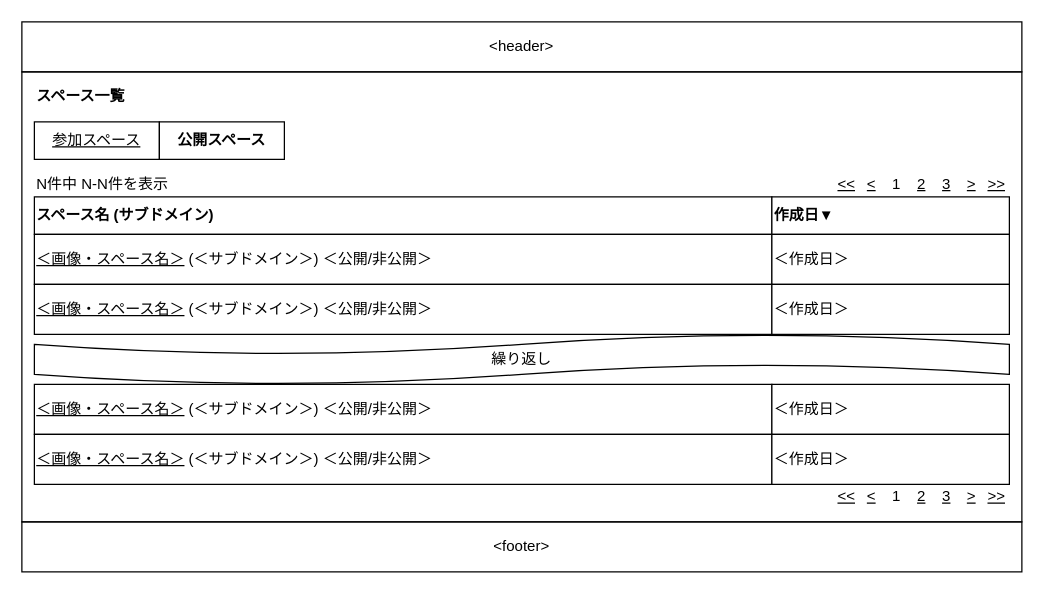
Before: 設計/画面設計/公開スペース一覧.drawio in nightonlypj/rails-app-origin, a draw.io diagram. Source tidied: cells renumbered, new cells numbered last; positions are measured from the earlier drawing's top-left corner, leaving out a move shared by most shapes. Both pictures are drawn from the tidied source at 125%, with x=0, y=0 at pixel (21, 21).
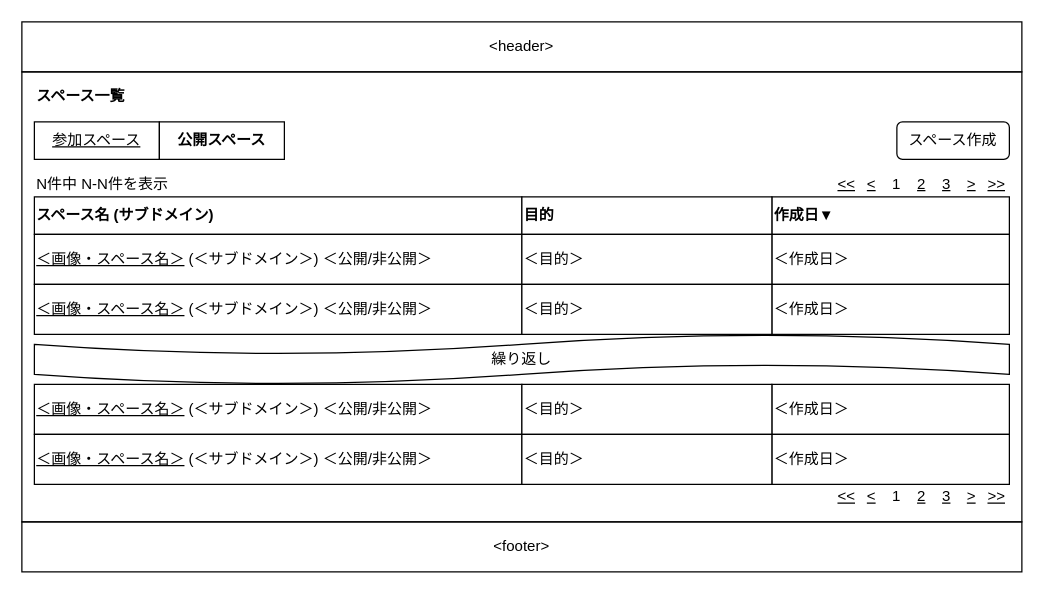
After the change.

What changed in the source:
```diff
@@
     <mxCell id="24" value="&lt;b&gt;スペース名 (サブドメイン)&lt;/b&gt;" style="rounded=0;whiteSpace=wrap;html=1;align=left;" parent="1" vertex="1">
-      <mxGeometry x="10" y="140" width="590" height="30" as="geometry" />
+      <mxGeometry x="10" y="140" width="390" height="30" as="geometry" />
     </mxCell>
     <mxCell id="25" value="&lt;u&gt;＜画像・スペース名＞&lt;/u&gt; (＜サブドメイン＞)&amp;nbsp;＜公開/非公開＞" style="rounded=0;whiteSpace=wrap;html=1;align=left;" parent="1" vertex="1">
-      <mxGeometry x="10" y="170" width="590" height="40" as="geometry" />
+      <mxGeometry x="10" y="170" width="390" height="40" as="geometry" />
     </mxCell>
@@
     <mxCell id="28" value="&lt;u&gt;＜画像・スペース名＞&lt;/u&gt;&amp;nbsp;(＜サブドメイン＞)&amp;nbsp;＜公開/非公開＞" style="rounded=0;whiteSpace=wrap;html=1;align=left;" parent="1" vertex="1">
-      <mxGeometry x="10" y="210" width="590" height="40" as="geometry" />
+      <mxGeometry x="10" y="210" width="390" height="40" as="geometry" />
     </mxCell>
@@
     <mxCell id="30" value="&lt;u&gt;＜画像・スペース名＞&lt;/u&gt;&amp;nbsp;(＜サブドメイン＞)&amp;nbsp;＜公開/非公開＞" style="rounded=0;whiteSpace=wrap;html=1;align=left;" parent="1" vertex="1">
-      <mxGeometry x="10" y="290" width="590" height="40" as="geometry" />
+      <mxGeometry x="10" y="290" width="390" height="40" as="geometry" />
     </mxCell>
@@
     <mxCell id="32" value="&lt;u&gt;＜画像・スペース名＞&lt;/u&gt;&amp;nbsp;(＜サブドメイン＞)&amp;nbsp;＜公開/非公開＞" style="rounded=0;whiteSpace=wrap;html=1;align=left;" parent="1" vertex="1">
-      <mxGeometry x="10" y="330" width="590" height="40" as="geometry" />
+      <mxGeometry x="10" y="330" width="390" height="40" as="geometry" />
     </mxCell>
@@
+    <mxCell id="36" value="&lt;b&gt;目的&lt;/b&gt;" style="rounded=0;whiteSpace=wrap;html=1;align=left;" parent="1" vertex="1">
+      <mxGeometry x="400" y="140" width="200" height="30" as="geometry" />
+    </mxCell>
+    <mxCell id="37" value="＜目的＞" style="rounded=0;whiteSpace=wrap;html=1;align=left;" parent="1" vertex="1">
+      <mxGeometry x="400" y="170" width="200" height="40" as="geometry" />
+    </mxCell>
+    <mxCell id="38" value="＜目的＞" style="rounded=0;whiteSpace=wrap;html=1;align=left;" parent="1" vertex="1">
+      <mxGeometry x="400" y="210" width="200" height="40" as="geometry" />
+    </mxCell>
+    <mxCell id="39" value="＜目的＞" style="rounded=0;whiteSpace=wrap;html=1;align=left;" parent="1" vertex="1">
+      <mxGeometry x="400" y="290" width="200" height="40" as="geometry" />
+    </mxCell>
+    <mxCell id="40" value="＜目的＞" style="rounded=0;whiteSpace=wrap;html=1;align=left;" parent="1" vertex="1">
+      <mxGeometry x="400" y="330" width="200" height="40" as="geometry" />
+    </mxCell>
+    <mxCell id="41" value="スペース作成" style="rounded=1;whiteSpace=wrap;html=1;align=center;" parent="1" vertex="1">
+      <mxGeometry x="700" y="80" width="90" height="30" as="geometry" />
+    </mxCell>
```
